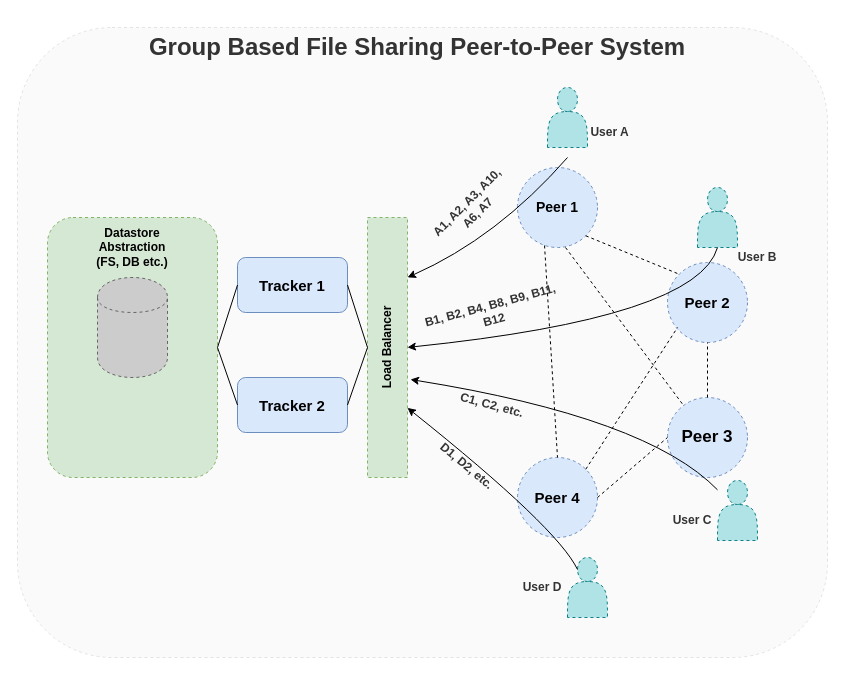
IIIT-OS-PG/assignment-2-ratnakar-m keeps this draw.io diagram as artifacts/group_file_sharing.drawio. Above is the earlier version. Source tidied: cells renumbered, new cells numbered last; positions are measured from the earlier drawing's top-left corner, leaving out a move shared by most shapes. Both pictures are drawn from the tidied source at 100%, with x=0, y=0 at pixel (17, 17).
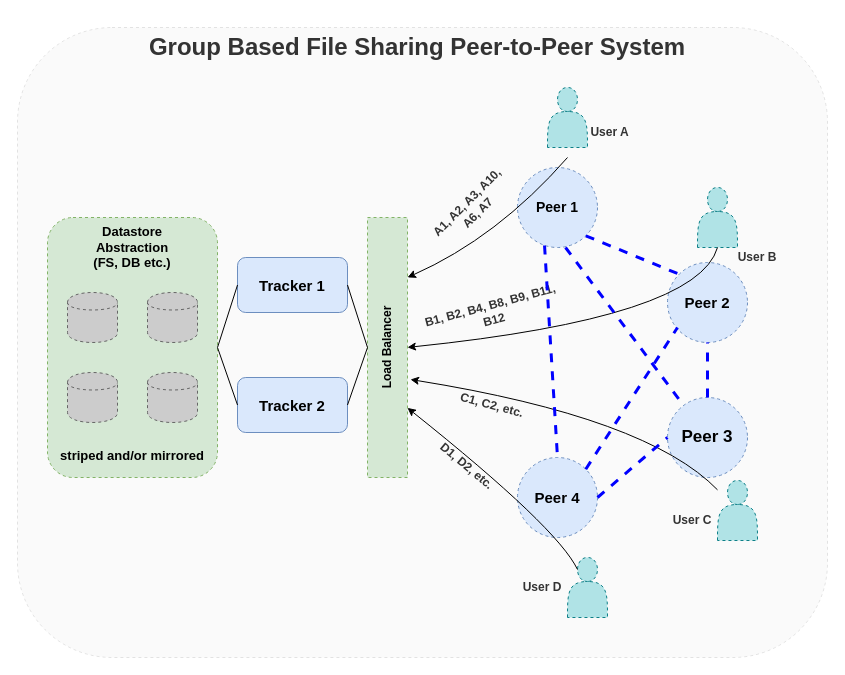
After the change.

Commit message (it also covers changes not shown here):
notes and architecture overview

The change refers to these unchanged cells:
```xml
<mxCell id="9" value="Peer 1" style="ellipse;whiteSpace=wrap;html=1;dashed=1;fillColor=#dae8fc;strokeColor=#6c8ebf;fontStyle=1;fontSize=14;" parent="1" vertex="1">
  <mxGeometry x="500" y="150" width="80" height="80" as="geometry" />
</mxCell>
<mxCell id="10" value="Peer 2" style="ellipse;whiteSpace=wrap;html=1;dashed=1;fillColor=#dae8fc;strokeColor=#6c8ebf;fontStyle=1;fontSize=15;" parent="1" vertex="1">
  <mxGeometry x="650" y="245" width="80" height="80" as="geometry" />
</mxCell>
<mxCell id="11" value="Peer 3" style="ellipse;whiteSpace=wrap;html=1;dashed=1;fillColor=#dae8fc;strokeColor=#6c8ebf;fontStyle=1;fontSize=17;" parent="1" vertex="1">
  <mxGeometry x="650" y="380" width="80" height="80" as="geometry" />
</mxCell>
<mxCell id="12" value="Peer 4" style="ellipse;whiteSpace=wrap;html=1;dashed=1;fillColor=#dae8fc;strokeColor=#6c8ebf;fontStyle=1;fontSize=15;" parent="1" vertex="1">
  <mxGeometry x="500" y="440" width="80" height="80" as="geometry" />
</mxCell>
```

The edit, as a diff of the source:
```diff
@@
-    <mxCell id="3" style="rounded=1;whiteSpace=wrap;html=1;dashed=1;fillColor=#d5e8d4;strokeColor=#82b366;" parent="1" vertex="1">
+    <mxCell id="3" value="&lt;br&gt;&lt;br&gt;&lt;br&gt;&lt;br&gt;&lt;br&gt;&lt;br&gt;&lt;br&gt;&lt;br&gt;&lt;br&gt;&lt;br&gt;&lt;br&gt;&lt;br&gt;&lt;br&gt;&lt;br&gt;&lt;br&gt;&lt;font style=&quot;font-size: 13px&quot;&gt;&lt;b&gt;striped and/or &lt;font style=&quot;font-size: 13px&quot;&gt;mirrored&lt;/font&gt;&lt;/b&gt;&lt;/font&gt;" style="rounded=1;whiteSpace=wrap;html=1;dashed=1;fillColor=#d5e8d4;strokeColor=#82b366;" parent="1" vertex="1">
       <mxGeometry x="30" y="200" width="170" height="260" as="geometry" />
     </mxCell>
@@
     <mxCell id="6" style="shape=cylinder;whiteSpace=wrap;html=1;boundedLbl=1;backgroundOutline=1;dashed=1;fillColor=#CCCCCC;strokeColor=#666666;fontColor=#333333;" parent="1" vertex="1">
-      <mxGeometry x="80" y="260" width="70" height="100" as="geometry" />
+      <mxGeometry x="50" y="275" width="50" height="50" as="geometry" />
     </mxCell>
-    <mxCell id="7" value="Datastore Abstraction&lt;br&gt;(FS, DB etc.)" style="text;html=1;strokeColor=none;fillColor=none;align=center;verticalAlign=middle;whiteSpace=wrap;rounded=0;dashed=1;fontStyle=1;" parent="1" vertex="1">
+    <mxCell id="7" value="Datastore Abstraction&lt;br style=&quot;font-size: 13px;&quot;&gt;(FS, DB etc.)" style="text;html=1;strokeColor=none;fillColor=none;align=center;verticalAlign=middle;whiteSpace=wrap;rounded=0;dashed=1;fontStyle=1;fontSize=13;" parent="1" vertex="1">
       <mxGeometry x="75" y="205" width="80" height="50" as="geometry" />
     </mxCell>
@@
-    <mxCell id="27" style="endArrow=none;dashed=1;html=1;fontColor=#333333;entryX=0;entryY=0;entryDx=0;entryDy=0;exitX=1;exitY=1;exitDx=0;exitDy=0;" parent="1" edge="1" source="9" target="10">
+    <mxCell id="27" style="endArrow=none;dashed=1;html=1;fontColor=#333333;entryX=0;entryY=0;entryDx=0;entryDy=0;exitX=1;exitY=1;exitDx=0;exitDy=0;strokeWidth=3;strokeColor=#0000FF;" parent="1" edge="1" source="9" target="10">
       <mxGeometry relative="1" as="geometry" />
     </mxCell>
-    <mxCell id="28" style="endArrow=none;dashed=1;html=1;fontColor=#333333;exitX=0.6;exitY=1;exitDx=0;exitDy=0;exitPerimeter=0;" parent="1" edge="1" source="9" target="11">
+    <mxCell id="28" style="endArrow=none;dashed=1;html=1;fontColor=#333333;exitX=0.6;exitY=1;exitDx=0;exitDy=0;exitPerimeter=0;strokeColor=#0000FF;strokeWidth=3;" parent="1" edge="1" source="9" target="11">
       <mxGeometry relative="1" as="geometry" />
     </mxCell>
-    <mxCell id="29" style="endArrow=none;dashed=1;html=1;fontColor=#333333;entryX=0.5;entryY=0;entryDx=0;entryDy=0;exitX=0.338;exitY=0.975;exitDx=0;exitDy=0;exitPerimeter=0;" parent="1" edge="1" source="9" target="12">
+    <mxCell id="29" style="endArrow=none;dashed=1;html=1;fontColor=#0000FF;entryX=0.5;entryY=0;entryDx=0;entryDy=0;exitX=0.338;exitY=0.975;exitDx=0;exitDy=0;exitPerimeter=0;strokeWidth=3;strokeColor=#0000FF;" parent="1" edge="1" source="9" target="12">
       <mxGeometry relative="1" as="geometry" />
     </mxCell>
-    <mxCell id="30" style="endArrow=none;dashed=1;html=1;fontColor=#333333;exitX=1;exitY=0;exitDx=0;exitDy=0;" parent="1" edge="1" source="12">
+    <mxCell id="30" style="endArrow=none;dashed=1;html=1;fontColor=#333333;exitX=1;exitY=0;exitDx=0;exitDy=0;strokeColor=#0000FF;strokeWidth=3;" parent="1" edge="1" source="12">
       <mxGeometry relative="1" as="geometry">
         <mxPoint x="660" y="310" as="targetPoint" />
       </mxGeometry>
     </mxCell>
-    <mxCell id="31" style="endArrow=none;dashed=1;html=1;fontColor=#333333;entryX=0;entryY=0.5;entryDx=0;entryDy=0;exitX=1;exitY=0.5;exitDx=0;exitDy=0;" parent="1" edge="1" source="12" target="11">
+    <mxCell id="31" style="endArrow=none;dashed=1;html=1;fontColor=#333333;entryX=0;entryY=0.5;entryDx=0;entryDy=0;exitX=1;exitY=0.5;exitDx=0;exitDy=0;strokeColor=#0000FF;strokeWidth=3;" parent="1" edge="1" source="12" target="11">
       <mxGeometry relative="1" as="geometry" />
     </mxCell>
-    <mxCell id="32" style="endArrow=none;dashed=1;html=1;fontColor=#333333;entryX=0.5;entryY=1;entryDx=0;entryDy=0;" parent="1" edge="1" source="11" target="10">
+    <mxCell id="32" style="endArrow=none;dashed=1;html=1;fontColor=#333333;entryX=0.5;entryY=1;entryDx=0;entryDy=0;strokeColor=#0000FF;strokeWidth=3;" parent="1" edge="1" source="11" target="10">
       <mxGeometry relative="1" as="geometry" />
     </mxCell>
@@
+    <mxCell id="40" style="shape=cylinder;whiteSpace=wrap;html=1;boundedLbl=1;backgroundOutline=1;dashed=1;fillColor=#CCCCCC;strokeColor=#666666;fontColor=#333333;" parent="1" vertex="1">
+      <mxGeometry x="130" y="275" width="50" height="50" as="geometry" />
+    </mxCell>
+    <mxCell id="41" style="shape=cylinder;whiteSpace=wrap;html=1;boundedLbl=1;backgroundOutline=1;dashed=1;fillColor=#CCCCCC;strokeColor=#666666;fontColor=#333333;" parent="1" vertex="1">
+      <mxGeometry x="50" y="355" width="50" height="50" as="geometry" />
+    </mxCell>
+    <mxCell id="42" style="shape=cylinder;whiteSpace=wrap;html=1;boundedLbl=1;backgroundOutline=1;dashed=1;fillColor=#CCCCCC;strokeColor=#666666;fontColor=#333333;" parent="1" vertex="1">
+      <mxGeometry x="130" y="355" width="50" height="50" as="geometry" />
+    </mxCell>
```
